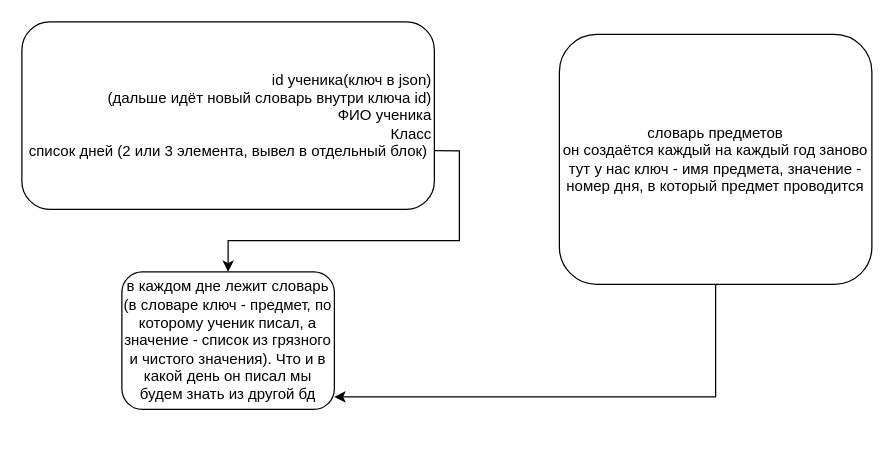
The draw.io diagram Диаграмма баз данных.drawio in artmexbet/ResultsSaver, before the edit. Source tidied: cells renumbered, new cells numbered last; positions are measured from the earlier drawing's top-left corner, leaving out a move shared by most shapes. Both pictures are drawn from the tidied source at 125%, with x=0, y=0 at pixel (21, 21).
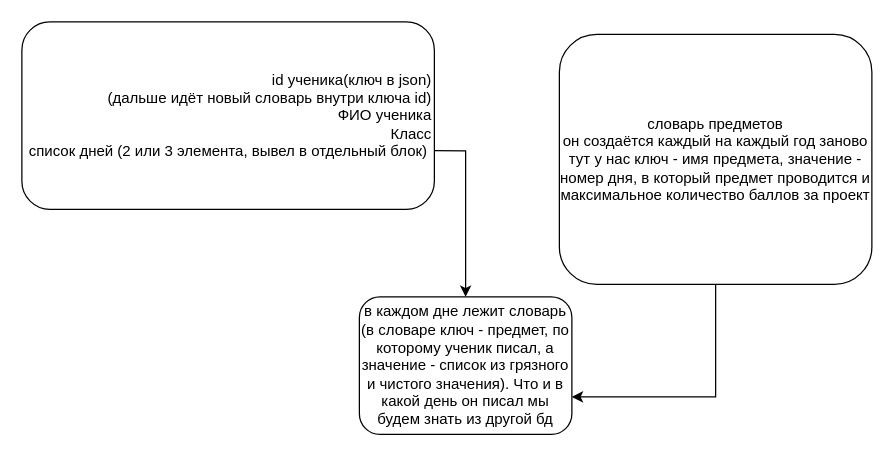
After the change.

The edit, as a diff of the source:
```diff
@@
 <mxGraphModel>
   <root>
     <mxCell id="0" />
     <mxCell id="1" parent="0" />
     <mxCell id="2" style="edgeStyle=orthogonalEdgeStyle;rounded=0;jettySize=auto;html=1;exitX=1;exitY=0.687;exitDx=0;exitDy=0;exitPerimeter=0;" parent="1" edge="1" source="3" target="5">
       <mxGeometry relative="1" as="geometry" />
     </mxCell>
     <mxCell id="3" value="id ученика(ключ в json)&lt;br&gt;(дальше идёт новый словарь внутри ключа id)&lt;br&gt;ФИО ученика&lt;br&gt;Класс&lt;br&gt;список дней (2 или 3 элемента, вывел в отдельный блок)&amp;nbsp;" style="rounded=1;whiteSpace=wrap;html=1;align=right;" parent="1" vertex="1">
       <mxGeometry width="330" height="150" as="geometry" />
     </mxCell>
     <mxCell id="4" style="edgeStyle=orthogonalEdgeStyle;rounded=0;orthogonalLoop=1;jettySize=auto;html=1;exitX=0.5;exitY=1;exitDx=0;exitDy=0;" parent="1" edge="1" source="3" target="3">
       <mxGeometry relative="1" as="geometry" />
     </mxCell>
     <mxCell id="5" value="в каждом дне лежит словарь (в словаре ключ - предмет, по которому ученик писал, а значение - список из грязного и чистого значения). Что и в какой день он писал мы будем знать из другой бд" style="rounded=1;whiteSpace=wrap;html=1;" parent="1" vertex="1">
-      <mxGeometry x="80" y="200" width="170" height="110" as="geometry" />
+      <mxGeometry x="270" y="220" width="170" height="110" as="geometry" />
     </mxCell>
     <mxCell id="6" style="edgeStyle=orthogonalEdgeStyle;rounded=0;jettySize=auto;html=1;" parent="1" edge="1" source="7" target="5">
       <mxGeometry relative="1" as="geometry">
         <Array as="points">
           <mxPoint x="555" y="300" />
         </Array>
       </mxGeometry>
     </mxCell>
-    <mxCell id="7" value="словарь предметов&lt;br&gt;он создаётся каждый на каждый год заново&lt;br&gt;тут у нас ключ - имя предмета, значение - номер дня, в который предмет проводится" style="rounded=1;whiteSpace=wrap;html=1;" parent="1" vertex="1">
+    <mxCell id="7" value="словарь предметов&lt;br&gt;он создаётся каждый на каждый год заново&lt;br&gt;тут у нас ключ - имя предмета, значение - номер дня, в который предмет проводится и максимальное количество баллов за проект" style="rounded=1;whiteSpace=wrap;html=1;" parent="1" vertex="1">
       <mxGeometry x="430" y="10" width="250" height="200" as="geometry" />
     </mxCell>
   </root>
 </mxGraphModel>
```
